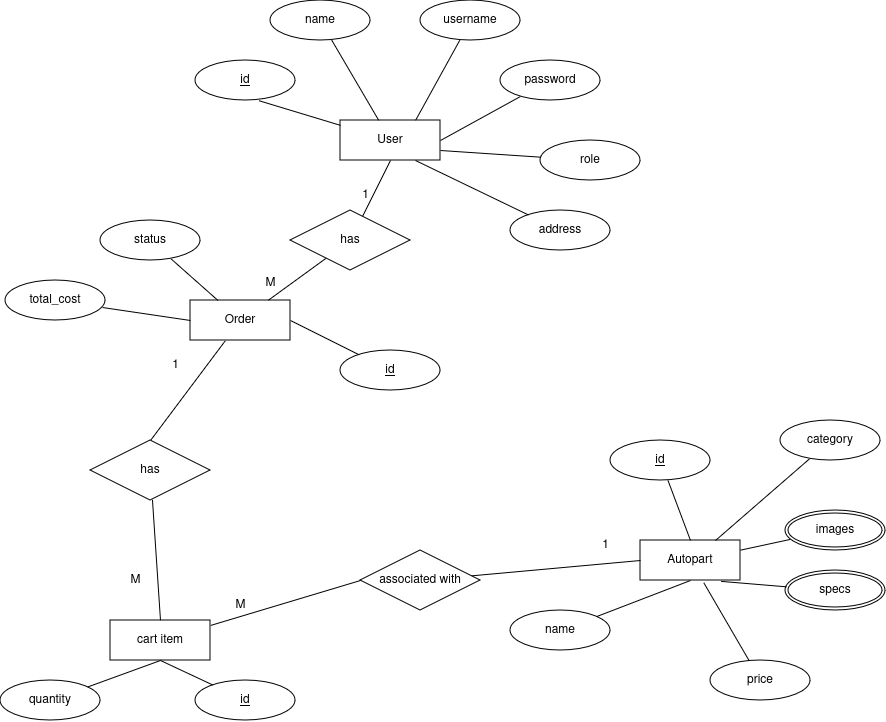
This is auto_parts_shop_er_diagram(4).drawio.png from meV3cT0R/APS-Backend, a draw.io export, as it was before one commit. Source tidied: cells renumbered, new cells last; positions are measured from the earlier drawing's top-left corner, leaving out a move shared by most shapes.
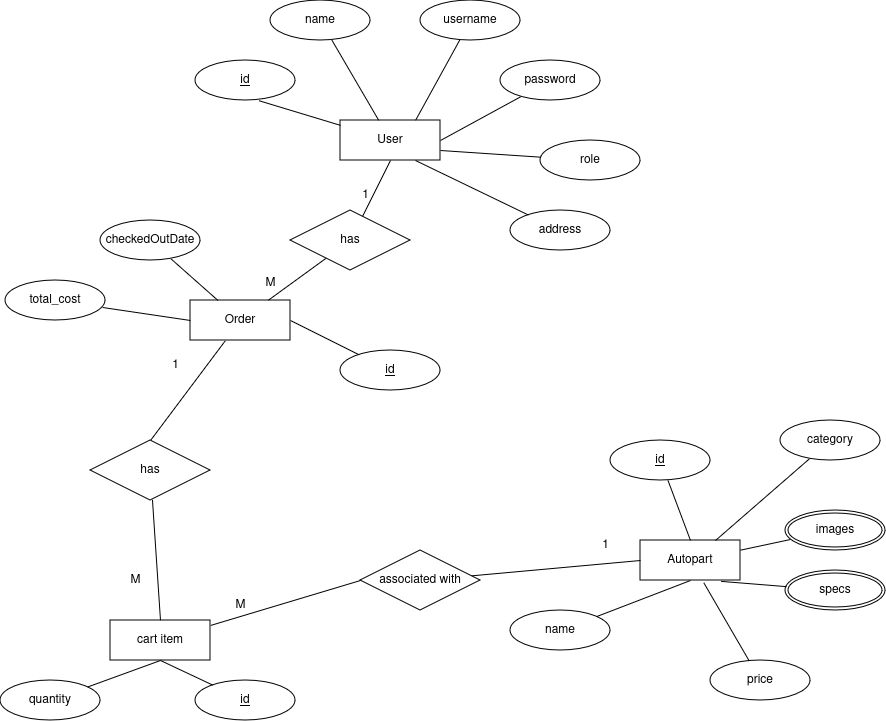
Above is the later version.

The edit, as a diff of the source:
```diff
@@ -56,7 +56,7 @@
     <mxCell id="19" style="rounded=0;jettySize=auto;html=1;endArrow=none;endFill=0;" parent="1" edge="1" source="20" target="16">
       <mxGeometry relative="1" as="geometry" />
     </mxCell>
-    <mxCell id="20" value="status" style="ellipse;whiteSpace=wrap;html=1;align=center;" parent="1" vertex="1">
+    <mxCell id="20" value="checkedOutDate" style="ellipse;whiteSpace=wrap;html=1;align=center;" parent="1" vertex="1">
       <mxGeometry x="100" y="220" width="100" height="40" as="geometry" />
     </mxCell>
     <mxCell id="21" style="rounded=0;jettySize=auto;html=1;entryX=0.5;entryY=1;entryDx=0;entryDy=0;endArrow=none;endFill=0;" parent="1" edge="1" source="22" target="6">
```
